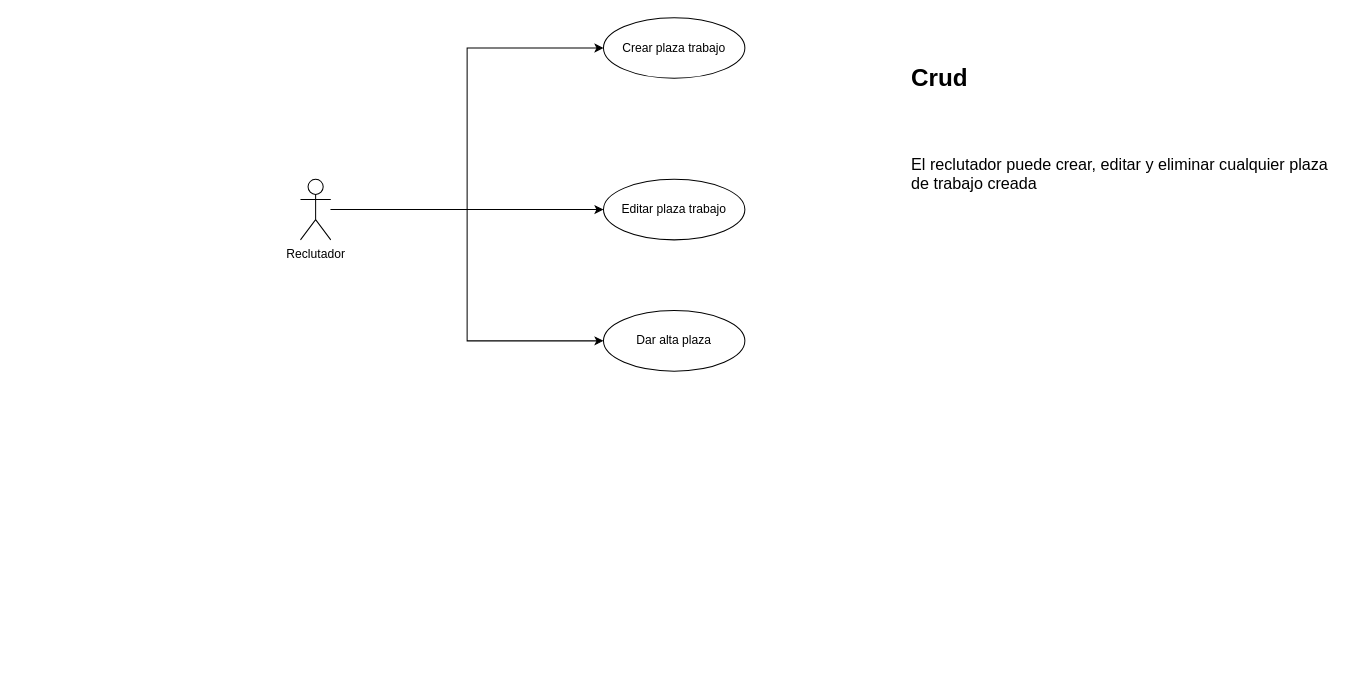
Earlier version of the draw.io diagram page "Modulo Empresa" (4 of 5) of Modelo datos.drawio (Jslquintero/Seguimiento-Egresados). Source tidied: cells renumbered, new cells numbered last; positions are measured from the earlier drawing's top-left corner, leaving out a move shared by most shapes. Both pictures are drawn from the tidied source at 101%, with x=0, y=0 at pixel (300, 17).
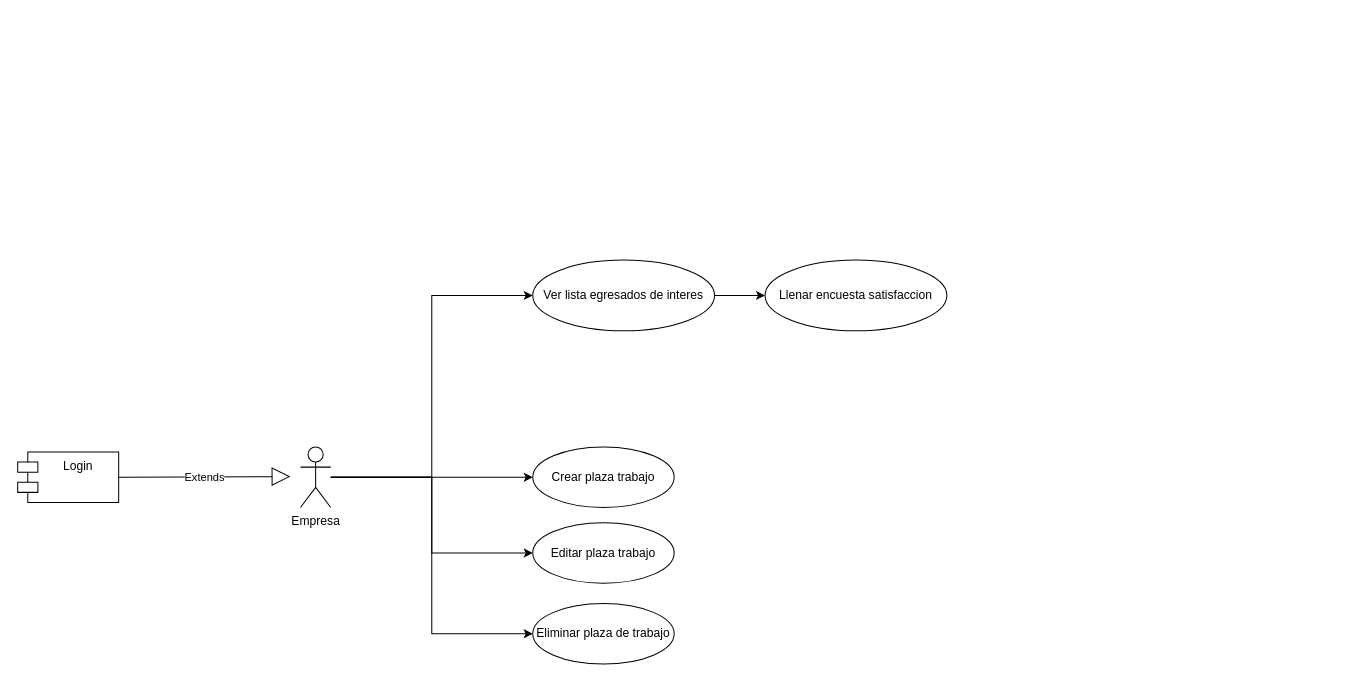
Above is the later version.

Change to the diagram source:
```diff
@@
 <mxGraphModel>
   <root>
     <mxCell id="0" />
     <mxCell id="1" parent="0" />
-    <mxCell id="2" style="edgeStyle=orthogonalEdgeStyle;rounded=0;jettySize=auto;html=1;entryX=0;entryY=0.5;entryDx=0;entryDy=0;" parent="1" edge="1" source="5" target="6">
-      <mxGeometry relative="1" as="geometry" />
-    </mxCell>
-    <mxCell id="3" style="edgeStyle=orthogonalEdgeStyle;rounded=0;jettySize=auto;html=1;entryX=0;entryY=0.5;entryDx=0;entryDy=0;" parent="1" edge="1" source="5" target="7">
-      <mxGeometry relative="1" as="geometry" />
-    </mxCell>
-    <mxCell id="4" style="edgeStyle=orthogonalEdgeStyle;rounded=0;jettySize=auto;html=1;entryX=0;entryY=0.5;entryDx=0;entryDy=0;" parent="1" edge="1" source="5" target="8">
-      <mxGeometry relative="1" as="geometry" />
-    </mxCell>
-    <mxCell id="5" value="Reclutador" style="shape=umlActor;verticalLabelPosition=bottom;verticalAlign=top;html=1;outlineConnect=0;" parent="1" vertex="1">
-      <mxGeometry y="160" width="30" height="60" as="geometry" />
-    </mxCell>
     <mxCell id="6" value="Crear plaza trabajo" style="ellipse;whiteSpace=wrap;html=1;" parent="1" vertex="1">
-      <mxGeometry x="300" width="140" height="60" as="geometry" />
+      <mxGeometry x="230" y="425" width="140" height="60" as="geometry" />
     </mxCell>
-    <mxCell id="7" value="Dar alta plaza" style="ellipse;whiteSpace=wrap;html=1;" parent="1" vertex="1">
-      <mxGeometry x="300" y="290" width="140" height="60" as="geometry" />
+    <mxCell id="7" value="Eliminar plaza de trabajo" style="ellipse;whiteSpace=wrap;html=1;" parent="1" vertex="1">
+      <mxGeometry x="230" y="580" width="140" height="60" as="geometry" />
     </mxCell>
     <mxCell id="8" value="Editar plaza trabajo" style="ellipse;whiteSpace=wrap;html=1;" parent="1" vertex="1">
-      <mxGeometry x="300" y="160" width="140" height="60" as="geometry" />
+      <mxGeometry x="230" y="500" width="140" height="60" as="geometry" />
     </mxCell>
-    <mxCell id="9" value="&lt;h1&gt;Crud&lt;/h1&gt;&lt;h1&gt;&lt;br&gt;&lt;/h1&gt;&lt;div style=&quot;font-size: 16px&quot;&gt;&lt;p class=&quot;MsoNormal&quot;&gt;&lt;font face=&quot;arial, sans-serif&quot;&gt;El reclutador puede crear, editar y eliminar cualquier plaza de trabajo creada&amp;nbsp;&lt;/font&gt;&lt;/p&gt;&lt;p&gt;&lt;/p&gt;&lt;/div&gt;" style="text;html=1;strokeColor=none;fillColor=none;spacing=5;spacingTop=-20;whiteSpace=wrap;overflow=hidden;rounded=0;" parent="1" vertex="1">
-      <mxGeometry x="600" y="40" width="430" height="230" as="geometry" />
-    </mxCell>
+    <mxCell id="10" style="edgeStyle=orthogonalEdgeStyle;rounded=0;jettySize=auto;html=1;entryX=0;entryY=0.5;entryDx=0;entryDy=0;" parent="1" edge="1" source="14" target="16">
+      <mxGeometry relative="1" as="geometry" />
+    </mxCell>
+    <mxCell id="11" style="edgeStyle=orthogonalEdgeStyle;rounded=0;jettySize=auto;html=1;entryX=0;entryY=0.5;entryDx=0;entryDy=0;" parent="1" edge="1" source="14" target="6">
+      <mxGeometry relative="1" as="geometry" />
+    </mxCell>
+    <mxCell id="12" style="edgeStyle=orthogonalEdgeStyle;rounded=0;jettySize=auto;html=1;entryX=0;entryY=0.5;entryDx=0;entryDy=0;" parent="1" edge="1" source="14" target="8">
+      <mxGeometry relative="1" as="geometry" />
+    </mxCell>
+    <mxCell id="13" style="edgeStyle=orthogonalEdgeStyle;rounded=0;jettySize=auto;html=1;entryX=0;entryY=0.5;entryDx=0;entryDy=0;" parent="1" edge="1" source="14" target="7">
+      <mxGeometry relative="1" as="geometry" />
+    </mxCell>
+    <mxCell id="14" value="Empresa" style="shape=umlActor;verticalLabelPosition=bottom;verticalAlign=top;html=1;outlineConnect=0;" parent="1" vertex="1">
+      <mxGeometry y="425" width="30" height="60" as="geometry" />
+    </mxCell>
+    <mxCell id="15" style="edgeStyle=orthogonalEdgeStyle;rounded=0;jettySize=auto;html=1;" parent="1" edge="1" source="16" target="17">
+      <mxGeometry relative="1" as="geometry" />
+    </mxCell>
+    <mxCell id="16" value="Ver lista egresados de interes" style="ellipse;whiteSpace=wrap;html=1;" parent="1" vertex="1">
+      <mxGeometry x="230" y="240" width="180" height="70" as="geometry" />
+    </mxCell>
+    <mxCell id="17" value="Llenar encuesta satisfaccion" style="ellipse;whiteSpace=wrap;html=1;" parent="1" vertex="1">
+      <mxGeometry x="460" y="240" width="180" height="70" as="geometry" />
+    </mxCell>
+    <mxCell id="18" value="Login" style="shape=module;align=left;spacingLeft=20;align=center;verticalAlign=top;" parent="1" vertex="1">
+      <mxGeometry x="-280" y="430" width="100" height="50" as="geometry" />
+    </mxCell>
+    <mxCell id="19" value="Extends" style="endArrow=block;endSize=16;endFill=0;html=1;rounded=0;strokeColor=#000000;exitX=1;exitY=0.5;exitDx=0;exitDy=0;" parent="1" edge="1" source="18">
+      <mxGeometry relative="1" as="geometry">
+        <mxPoint x="-10" y="454.4" as="targetPoint" />
+      </mxGeometry>
+    </mxCell>
   </root>
 </mxGraphModel>
```
